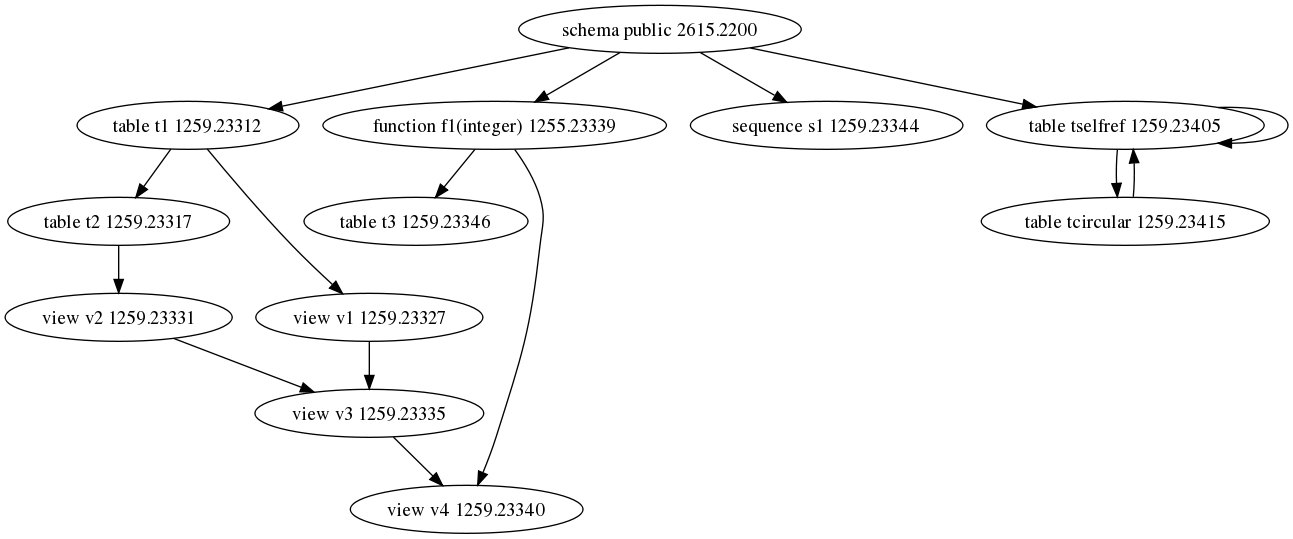
Before: doc/pg_depend/pg_depend_actual.png, a diagram exported from Graphviz (gluefinance/pov). Its source is kept beside it as doc/pg_depend/pg_depend_actual.dot.
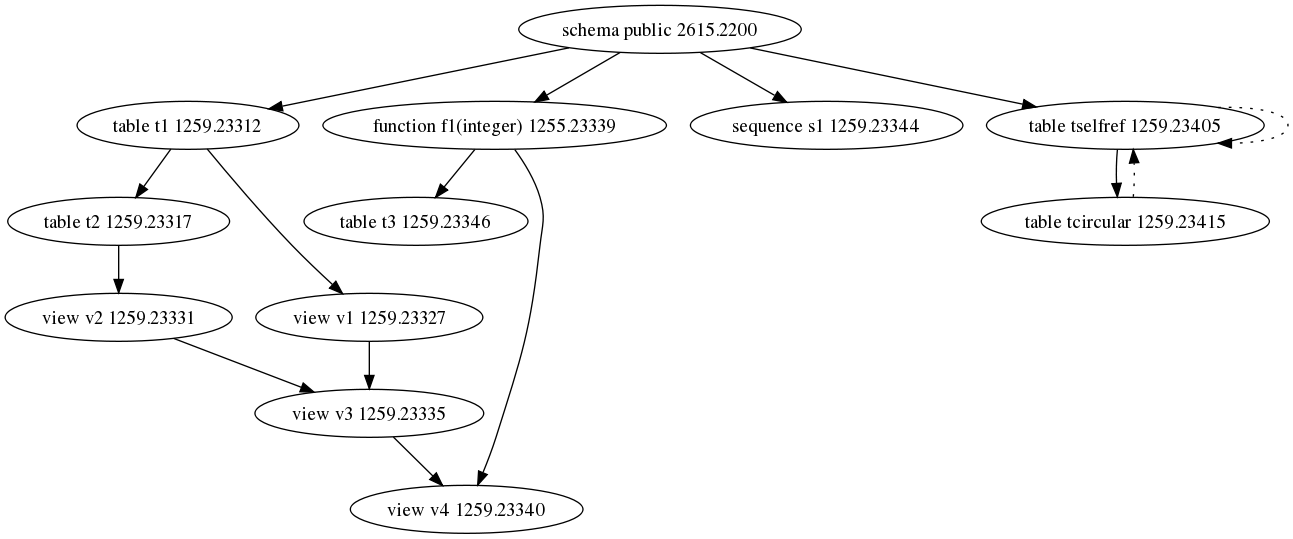
Above is the later version.

Change to the diagram source:
```diff
@@ -16,8 +16,8 @@
     "function f1(integer) 1255.23339" -> "view v4 1259.23340"
 
     "schema public 2615.2200" -> "table tselfref 1259.23405"
-    "table tselfref 1259.23405" -> "table tselfref 1259.23405"
+    "table tselfref 1259.23405" -> "table tselfref 1259.23405" [style=dotted]
 
     "table tselfref 1259.23405" -> "table tcircular 1259.23415"
-    "table tcircular 1259.23415" -> "table tselfref 1259.23405"
+    "table tcircular 1259.23415" -> "table tselfref 1259.23405" [style=dotted]
 }
```
